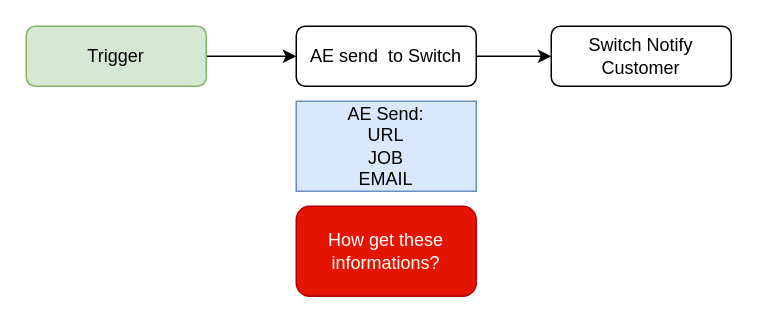
Earlier version of the draw.io diagram page "Reminder" (3 of 3) of Reminder Email.drawio (bbertolani/newprint-reminder). Source tidied: cells renumbered, new cells numbered last; positions are measured from the earlier drawing's top-left corner, leaving out a move shared by most shapes. Both pictures are drawn from the tidied source at 150%, with x=0, y=0 at pixel (26, 26).
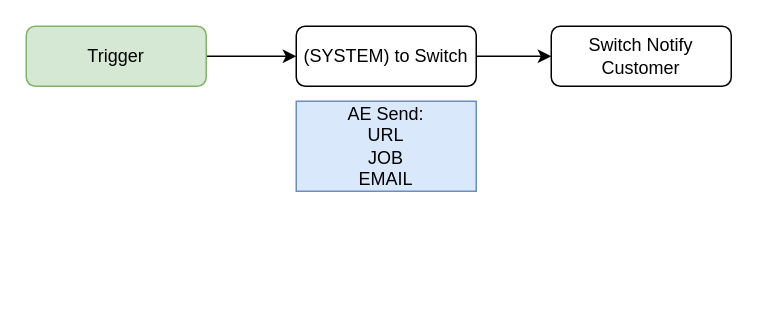
The same diagram, later.

Change to the diagram source:
```diff
@@
 <mxGraphModel>
   <root>
     <mxCell id="0" />
     <mxCell id="1" parent="0" />
     <mxCell id="2" style="edgeStyle=orthogonalEdgeStyle;rounded=0;jettySize=auto;html=1;strokeColor=#000000;fontColor=#0000FF;" parent="1" edge="1" source="3" target="5">
       <mxGeometry relative="1" as="geometry" />
     </mxCell>
     <mxCell id="3" value="Trigger" style="rounded=1;whiteSpace=wrap;html=1;fontSize=12;glass=0;strokeWidth=1;shadow=0;fillColor=#d5e8d4;strokeColor=#82b366;" parent="1" vertex="1">
       <mxGeometry width="120" height="40" as="geometry" />
     </mxCell>
     <mxCell id="4" style="edgeStyle=orthogonalEdgeStyle;rounded=0;jettySize=auto;html=1;strokeColor=#000000;fontColor=#000000;" parent="1" edge="1" source="5" target="6">
       <mxGeometry relative="1" as="geometry" />
     </mxCell>
-    <mxCell id="5" value="AE send&amp;nbsp; to Switch" style="rounded=1;whiteSpace=wrap;html=1;fontSize=12;glass=0;strokeWidth=1;shadow=0;" parent="1" vertex="1">
+    <mxCell id="5" value="(SYSTEM) to Switch" style="rounded=1;whiteSpace=wrap;html=1;fontSize=12;glass=0;strokeWidth=1;shadow=0;" parent="1" vertex="1">
       <mxGeometry x="180" width="120" height="40" as="geometry" />
     </mxCell>
     <mxCell id="6" value="Switch Notify Customer" style="rounded=1;whiteSpace=wrap;html=1;fontSize=12;glass=0;strokeWidth=1;shadow=0;" parent="1" vertex="1">
       <mxGeometry x="350" width="120" height="40" as="geometry" />
     </mxCell>
     <mxCell id="7" value="AE Send:&lt;br&gt;URL&lt;br&gt;JOB&lt;br&gt;EMAIL" style="rounded=0;whiteSpace=wrap;html=1;fillColor=#dae8fc;strokeColor=#6c8ebf;" parent="1" vertex="1">
       <mxGeometry x="180" y="50" width="120" height="60" as="geometry" />
     </mxCell>
-    <mxCell id="8" value="How get these informations?" style="rounded=1;whiteSpace=wrap;html=1;fillColor=#e51400;strokeColor=#B20000;fontColor=#ffffff;" parent="1" vertex="1">
-      <mxGeometry x="180" y="120" width="120" height="60" as="geometry" />
-    </mxCell>
   </root>
 </mxGraphModel>
```
